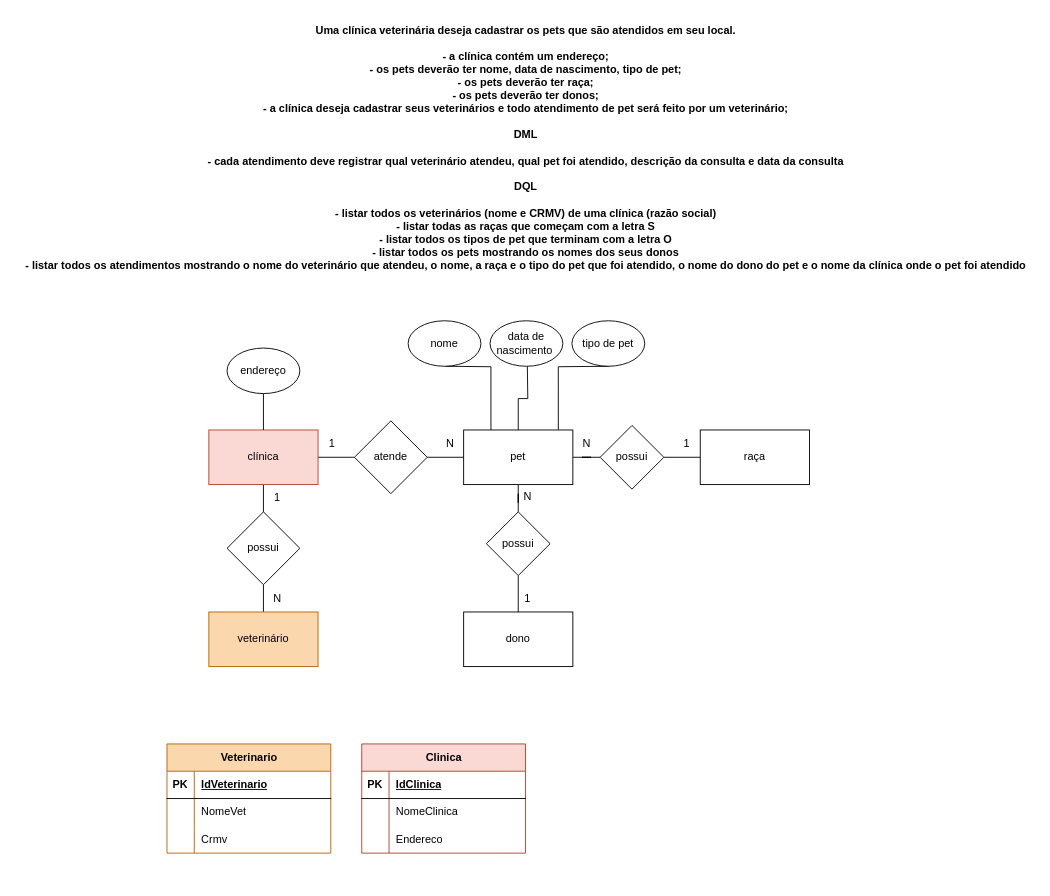
This is 25.07/1.3/1.3 veterinaria.drawio from juliaathar/2DM-senai-sprint1-BD, a draw.io file, before an edit. Source tidied: cells renumbered, new cells numbered last; positions are measured from the earlier drawing's top-left corner, leaving out a move shared by most shapes. Both pictures are drawn from the tidied source at 91%, with x=0, y=0 at pixel (15, 15).
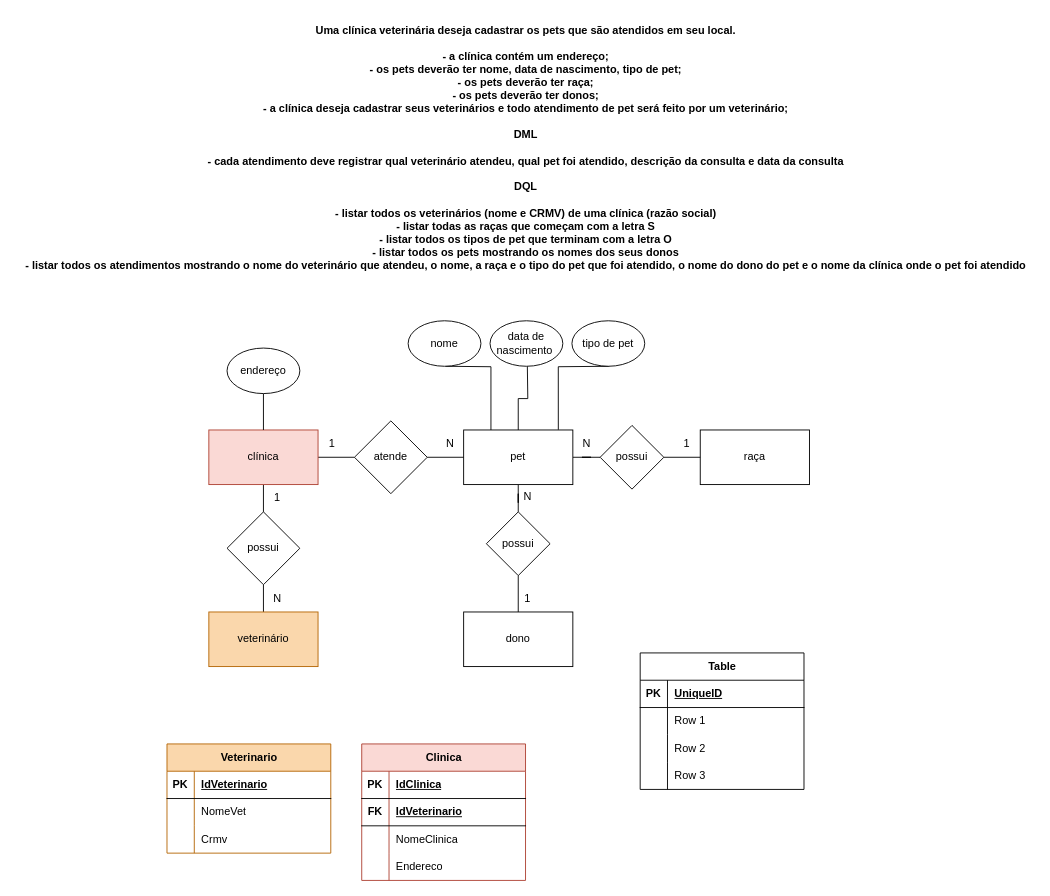
The same diagram, later.

Change to the diagram source:
```diff
@@
     <mxCell id="46" value="Clinica" style="shape=table;startSize=30;childLayout=tableLayout;rowLines=0;fontStyle=1;align=center;html=1;fillColor=#fad9d5;strokeColor=#ae4132;" parent="1" vertex="1">
-      <mxGeometry x="380" y="800" width="180" height="120" as="geometry" />
+      <mxGeometry x="380" y="800" width="180" height="150" as="geometry" />
     </mxCell>
@@
+    <mxCell id="56" style="shape=tableRow;horizontal=0;startSize=0;swimlaneHead=0;swimlaneBody=0;fillColor=none;top=0;left=0;right=0;bottom=1;" parent="46" vertex="1">
+      <mxGeometry y="60" width="180" height="30" as="geometry" />
+    </mxCell>
+    <mxCell id="57" value="FK" style="shape=partialRectangle;fillColor=none;top=0;left=0;bottom=0;right=0;fontStyle=1;overflow=hidden;whiteSpace=wrap;html=1;" parent="56" vertex="1">
+      <mxGeometry width="30" height="30" as="geometry" />
+    </mxCell>
+    <mxCell id="58" value="IdVeterinario" style="shape=partialRectangle;fillColor=none;top=0;left=0;bottom=0;right=0;align=left;spacingLeft=6;fontStyle=5;overflow=hidden;whiteSpace=wrap;html=1;" parent="56" vertex="1">
+      <mxGeometry x="30" width="150" height="30" as="geometry" />
+    </mxCell>
     <mxCell id="50" style="shape=tableRow;horizontal=0;startSize=0;swimlaneHead=0;swimlaneBody=0;fillColor=none;top=0;left=0;right=0;bottom=0;" parent="46" vertex="1">
-      <mxGeometry y="60" width="180" height="30" as="geometry" />
+      <mxGeometry y="90" width="180" height="30" as="geometry" />
     </mxCell>
@@
     <mxCell id="53" style="shape=tableRow;horizontal=0;startSize=0;swimlaneHead=0;swimlaneBody=0;fillColor=none;top=0;left=0;right=0;bottom=0;" parent="46" vertex="1">
-      <mxGeometry y="90" width="180" height="30" as="geometry" />
+      <mxGeometry y="120" width="180" height="30" as="geometry" />
     </mxCell>
@@
+    <mxCell id="59" value="Table" style="shape=table;startSize=30;childLayout=tableLayout;rowLines=0;fontStyle=1;align=center;html=1;" parent="1" vertex="1">
+      <mxGeometry x="686" y="700" width="180" height="150" as="geometry" />
+    </mxCell>
+    <mxCell id="60" style="shape=tableRow;horizontal=0;startSize=0;swimlaneHead=0;swimlaneBody=0;fillColor=none;top=0;left=0;right=0;bottom=1;" parent="59" vertex="1">
+      <mxGeometry y="30" width="180" height="30" as="geometry" />
+    </mxCell>
+    <mxCell id="61" value="PK" style="shape=partialRectangle;fillColor=none;top=0;left=0;bottom=0;right=0;fontStyle=1;overflow=hidden;whiteSpace=wrap;html=1;" parent="60" vertex="1">
+      <mxGeometry width="30" height="30" as="geometry" />
+    </mxCell>
+    <mxCell id="62" value="UniqueID" style="shape=partialRectangle;fillColor=none;top=0;left=0;bottom=0;right=0;align=left;spacingLeft=6;fontStyle=5;overflow=hidden;whiteSpace=wrap;html=1;" parent="60" vertex="1">
+      <mxGeometry x="30" width="150" height="30" as="geometry" />
+    </mxCell>
+    <mxCell id="63" style="shape=tableRow;horizontal=0;startSize=0;swimlaneHead=0;swimlaneBody=0;fillColor=none;top=0;left=0;right=0;bottom=0;" parent="59" vertex="1">
+      <mxGeometry y="60" width="180" height="30" as="geometry" />
+    </mxCell>
+    <mxCell id="64" style="shape=partialRectangle;fillColor=none;top=0;left=0;bottom=0;right=0;overflow=hidden;whiteSpace=wrap;html=1;" parent="63" vertex="1">
+      <mxGeometry width="30" height="30" as="geometry" />
+    </mxCell>
+    <mxCell id="65" value="Row 1" style="shape=partialRectangle;fillColor=none;top=0;left=0;bottom=0;right=0;align=left;spacingLeft=6;overflow=hidden;whiteSpace=wrap;html=1;" parent="63" vertex="1">
+      <mxGeometry x="30" width="150" height="30" as="geometry" />
+    </mxCell>
+    <mxCell id="66" style="shape=tableRow;horizontal=0;startSize=0;swimlaneHead=0;swimlaneBody=0;fillColor=none;top=0;left=0;right=0;bottom=0;" parent="59" vertex="1">
+      <mxGeometry y="90" width="180" height="30" as="geometry" />
+    </mxCell>
+    <mxCell id="67" style="shape=partialRectangle;fillColor=none;top=0;left=0;bottom=0;right=0;overflow=hidden;whiteSpace=wrap;html=1;" parent="66" vertex="1">
+      <mxGeometry width="30" height="30" as="geometry" />
+    </mxCell>
+    <mxCell id="68" value="Row 2" style="shape=partialRectangle;fillColor=none;top=0;left=0;bottom=0;right=0;align=left;spacingLeft=6;overflow=hidden;whiteSpace=wrap;html=1;" parent="66" vertex="1">
+      <mxGeometry x="30" width="150" height="30" as="geometry" />
+    </mxCell>
+    <mxCell id="69" style="shape=tableRow;horizontal=0;startSize=0;swimlaneHead=0;swimlaneBody=0;fillColor=none;top=0;left=0;right=0;bottom=0;" parent="59" vertex="1">
+      <mxGeometry y="120" width="180" height="30" as="geometry" />
+    </mxCell>
+    <mxCell id="70" style="shape=partialRectangle;fillColor=none;top=0;left=0;bottom=0;right=0;overflow=hidden;whiteSpace=wrap;html=1;" parent="69" vertex="1">
+      <mxGeometry width="30" height="30" as="geometry" />
+    </mxCell>
+    <mxCell id="71" value="Row 3" style="shape=partialRectangle;fillColor=none;top=0;left=0;bottom=0;right=0;align=left;spacingLeft=6;overflow=hidden;whiteSpace=wrap;html=1;" parent="69" vertex="1">
+      <mxGeometry x="30" width="150" height="30" as="geometry" />
+    </mxCell>
```
